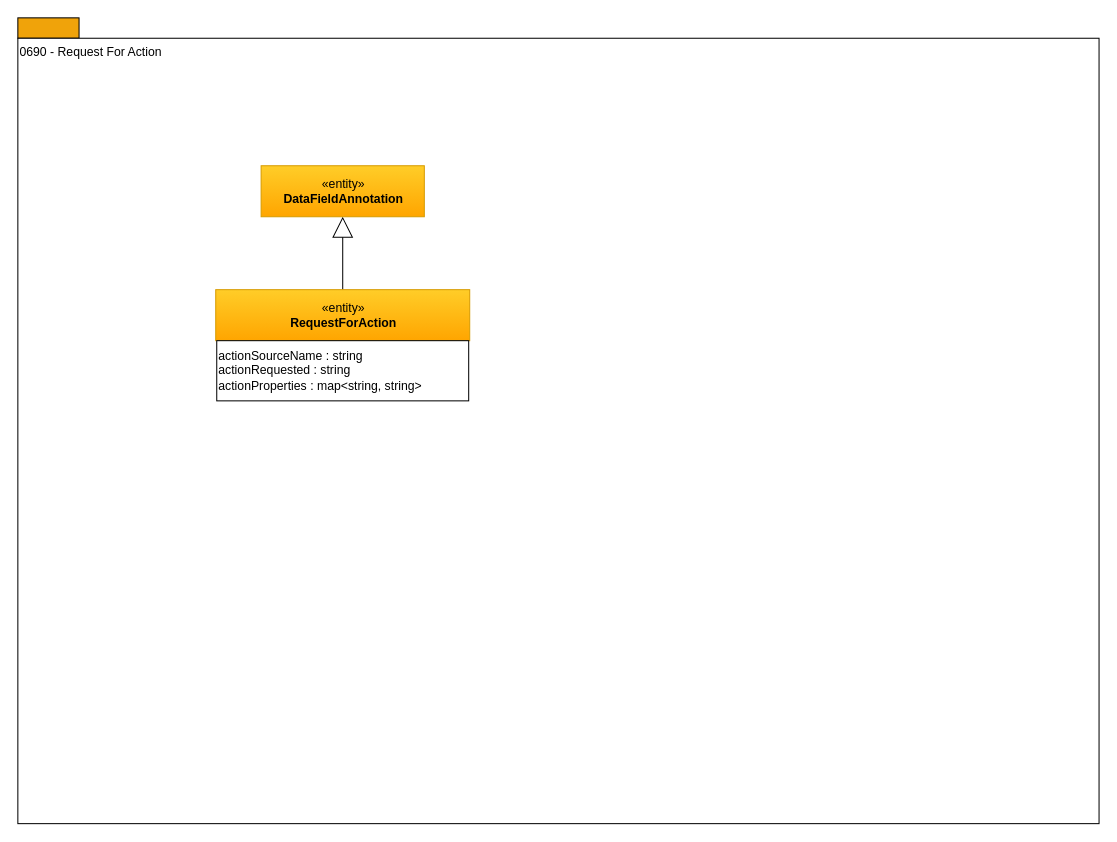
Above: page "0690-Request-For-Action" (17 of 17) of site/docs/types/6/area-6-discovery.drawio in odpi/egeria-docs (draw.io), before the change. Source tidied: cells renumbered, new cells numbered last; positions are measured from the earlier drawing's top-left corner, leaving out a move shared by most shapes. Both pictures are drawn from the tidied source at 102%, with x=0, y=0 at pixel (17, 17).
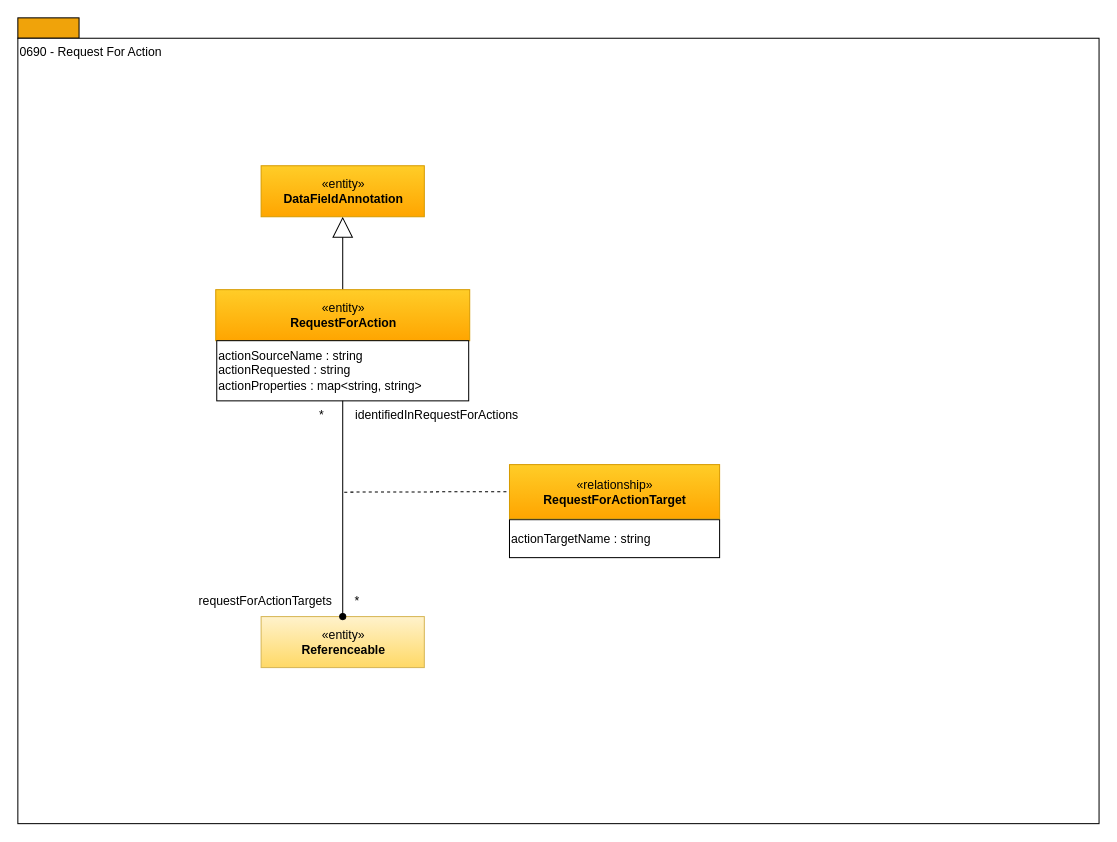
The same page after the edit.

What changed in the source:
```diff
@@
 <mxGraphModel>
   <root>
     <mxCell id="0" />
     <mxCell id="1" parent="0" />
     <mxCell id="2" style="rounded=0;whiteSpace=wrap;html=1;align=left;fillColor=#f0a30a;strokeColor=#000000;fontColor=#ffffff;" parent="1" vertex="1">
       <mxGeometry width="60" height="20" as="geometry" />
     </mxCell>
     <mxCell id="3" value="0690 - Request For Action" style="rounded=0;whiteSpace=wrap;html=1;align=left;verticalAlign=top;" parent="1" vertex="1">
       <mxGeometry y="20" width="1060" height="770" as="geometry" />
     </mxCell>
     <mxCell id="4" style="edgeStyle=orthogonalEdgeStyle;rounded=0;jettySize=auto;html=1;exitX=0.5;exitY=0;exitDx=0;exitDy=0;endArrow=block;endFill=0;endSize=18;" parent="1" edge="1" source="5" target="7">
       <mxGeometry relative="1" as="geometry" />
     </mxCell>
     <mxCell id="5" value="«entity»&lt;br&gt;&lt;b&gt;RequestForAction&lt;/b&gt;" style="html=1;strokeColor=#d79b00;align=center;fillColor=#ffcd28;gradientColor=#ffa500;" parent="1" vertex="1">
       <mxGeometry x="194" y="266.5" width="249" height="50" as="geometry" />
     </mxCell>
     <mxCell id="6" value="&lt;span&gt;actionSourceName : string&lt;br&gt;&lt;/span&gt;&lt;span&gt;actionRequested : string&lt;/span&gt;&lt;br&gt;&lt;span&gt;actionProperties : map&amp;lt;string, string&amp;gt;&lt;br&gt;&lt;/span&gt;" style="rounded=0;whiteSpace=wrap;html=1;strokeColor=#000000;gradientColor=#ffffff;align=left;" parent="1" vertex="1">
       <mxGeometry x="195" y="316.5" width="247" height="59" as="geometry" />
     </mxCell>
     <mxCell id="7" value="«entity»&lt;br&gt;&lt;b&gt;DataFieldAnnotation&lt;/b&gt;" style="html=1;strokeColor=#d79b00;align=center;fillColor=#ffcd28;gradientColor=#ffa500;" parent="1" vertex="1">
       <mxGeometry x="238.5" y="145" width="160" height="50" as="geometry" />
     </mxCell>
+    <mxCell id="8" style="endArrow=none;dashed=1;html=1;entryX=0;entryY=0.5;entryDx=0;entryDy=0;" parent="1" edge="1" target="14">
+      <mxGeometry relative="1" as="geometry">
+        <mxPoint x="320" y="465" as="sourcePoint" />
+      </mxGeometry>
+    </mxCell>
+    <mxCell id="9" value="*" style="text;html=1;strokeColor=none;fillColor=none;align=center;verticalAlign=middle;whiteSpace=wrap;rounded=0;" parent="1" vertex="1">
+      <mxGeometry x="278" y="380" width="40" height="20" as="geometry" />
+    </mxCell>
+    <mxCell id="10" value="actionTargetName : string&lt;br&gt;" style="rounded=0;whiteSpace=wrap;html=1;strokeColor=#000000;gradientColor=#ffffff;align=left;" parent="1" vertex="1">
+      <mxGeometry x="482" y="492" width="206" height="37.2" as="geometry" />
+    </mxCell>
+    <mxCell id="11" value="identifiedInRequestForActions" style="text;html=1;strokeColor=none;fillColor=none;align=center;verticalAlign=middle;whiteSpace=wrap;rounded=0;" parent="1" vertex="1">
+      <mxGeometry x="359" y="380" width="104" height="20" as="geometry" />
+    </mxCell>
+    <mxCell id="12" value="«entity»&lt;br&gt;&lt;b&gt;Referenceable&lt;/b&gt;" style="html=1;strokeColor=#d6b656;align=center;fillColor=#fff2cc;gradientColor=#ffd966;" parent="1" vertex="1">
+      <mxGeometry x="238.5" y="587" width="160" height="50" as="geometry" />
+    </mxCell>
+    <mxCell id="13" value="requestForActionTargets" style="text;html=1;strokeColor=none;fillColor=none;align=center;verticalAlign=middle;whiteSpace=wrap;rounded=0;" parent="1" vertex="1">
+      <mxGeometry x="190" y="562" width="106" height="20" as="geometry" />
+    </mxCell>
+    <mxCell id="14" value="«relationship»&lt;br&gt;&lt;b&gt;RequestForActionTarget&lt;/b&gt;" style="html=1;strokeColor=#d79b00;align=center;fillColor=#ffcd28;gradientColor=#ffa500;" parent="1" vertex="1">
+      <mxGeometry x="482" y="438" width="206" height="53" as="geometry" />
+    </mxCell>
+    <mxCell id="15" value="*" style="text;html=1;strokeColor=none;fillColor=none;align=center;verticalAlign=middle;whiteSpace=wrap;rounded=0;" parent="1" vertex="1">
+      <mxGeometry x="313" y="562" width="40" height="20" as="geometry" />
+    </mxCell>
+    <mxCell id="16" style="endArrow=none;html=1;edgeStyle=orthogonalEdgeStyle;entryX=0.5;entryY=1;entryDx=0;entryDy=0;rounded=0;startArrow=oval;startFill=1;strokeWidth=1;exitX=0.5;exitY=0;exitDx=0;exitDy=0;" parent="1" edge="1" source="12" target="6">
+      <mxGeometry relative="1" as="geometry">
+        <Array as="points">
+          <mxPoint x="319" y="562" />
+        </Array>
+      </mxGeometry>
+    </mxCell>
   </root>
 </mxGraphModel>
```
